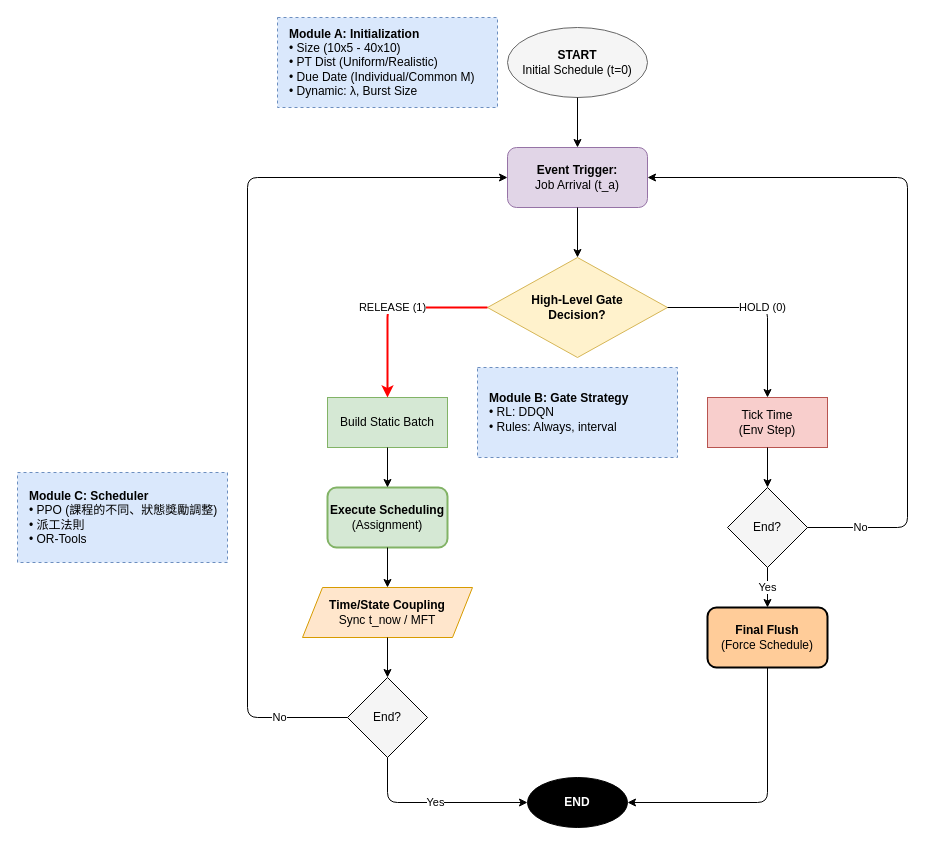
Earlier version of the draw.io diagram page "FJSP HRL Full Framework" (1 of 3) of fjsp_hrl_full_framework_v2.drawio (aass781105/HRL). Source tidied: cells renumbered, new cells numbered last; positions are measured from the earlier drawing's top-left corner, leaving out a move shared by most shapes. Both pictures are drawn from the tidied source at 100%, with x=0, y=0 at pixel (17, 17).
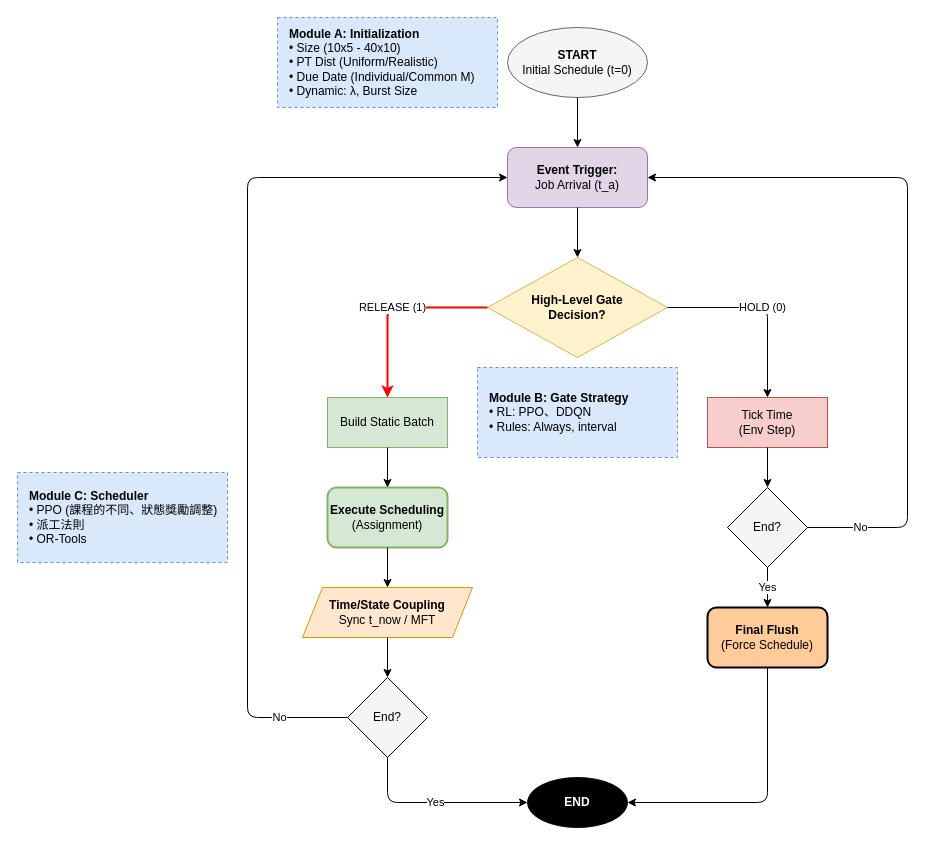
The same diagram, later.

What changed in the source:
```diff
@@
-    <mxCell id="6" value="&lt;b&gt;Module B: Gate Strategy&lt;/b&gt;&lt;br&gt;• RL: DDQN&lt;br&gt;• Rules: Always, interval" style="rounded=0;whiteSpace=wrap;html=1;fillColor=#dae8fc;strokeColor=#6c8ebf;align=left;spacingLeft=10;dashed=1;" parent="1" vertex="1">
+    <mxCell id="6" value="&lt;b&gt;Module B: Gate Strategy&lt;/b&gt;&lt;br&gt;• RL: PPO、DDQN&lt;br&gt;• Rules: Always, interval" style="rounded=0;whiteSpace=wrap;html=1;fillColor=#dae8fc;strokeColor=#6c8ebf;align=left;spacingLeft=10;dashed=1;" parent="1" vertex="1">
       <mxGeometry x="460" y="350" width="200" height="90" as="geometry" />
     </mxCell>
```
